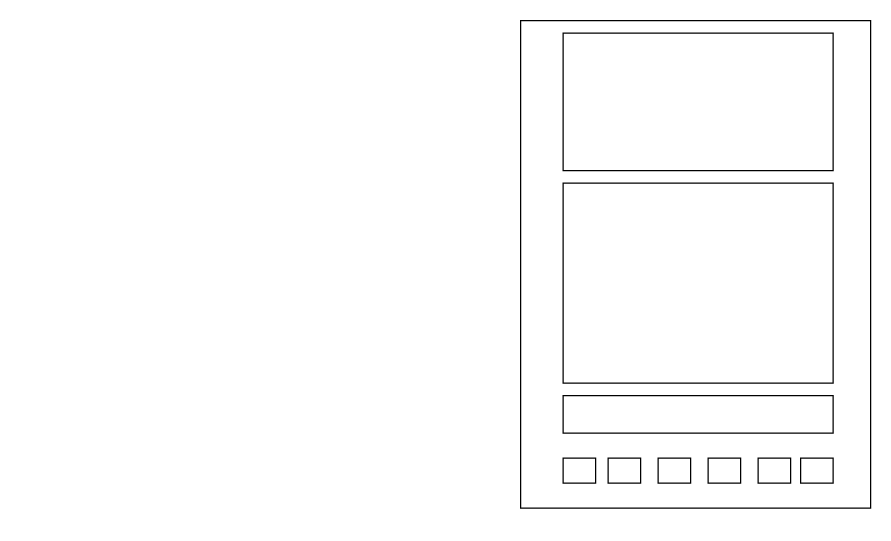
The draw.io diagram 少年风水师.drawio in Xs-Galaxy/Xs-Galaxy, before the edit. Source tidied: cells renumbered, new cells numbered last; positions are measured from the earlier drawing's top-left corner, leaving out a move shared by most shapes. Both pictures are drawn from the tidied source at 125%, with x=0, y=0 at pixel (520, 20).
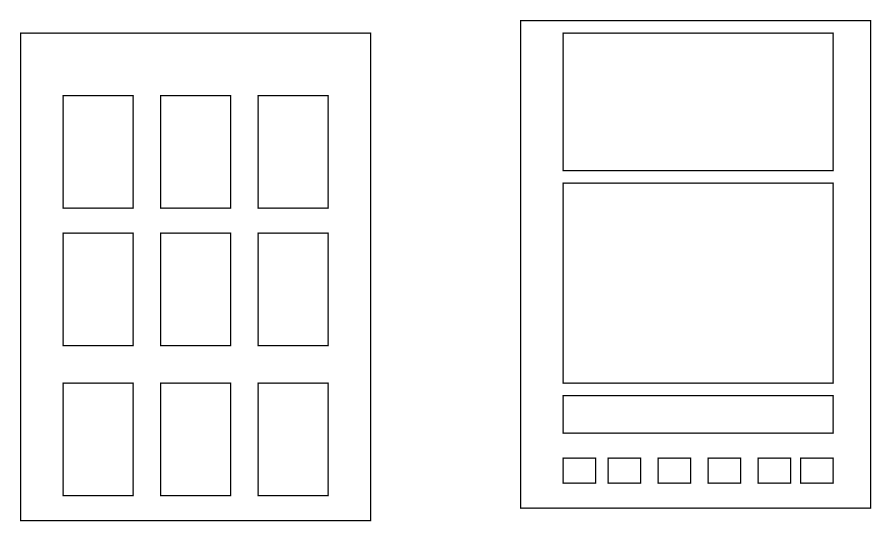
After the change.

Commit message (it also covers changes not shown here):
更新少年风水师.drawio

Change to the diagram source:
```diff
@@
+    <mxCell id="12" style="rounded=0;whiteSpace=wrap;html=1;" parent="1" vertex="1">
+      <mxGeometry x="-400" y="10" width="280" height="390" as="geometry" />
+    </mxCell>
+    <mxCell id="13" style="rounded=0;whiteSpace=wrap;html=1;" parent="1" vertex="1">
+      <mxGeometry x="-366" y="60" width="56" height="90" as="geometry" />
+    </mxCell>
+    <mxCell id="14" style="rounded=0;whiteSpace=wrap;html=1;" parent="1" vertex="1">
+      <mxGeometry x="-288" y="60" width="56" height="90" as="geometry" />
+    </mxCell>
+    <mxCell id="15" style="rounded=0;whiteSpace=wrap;html=1;" parent="1" vertex="1">
+      <mxGeometry x="-210" y="60" width="56" height="90" as="geometry" />
+    </mxCell>
+    <mxCell id="16" style="rounded=0;whiteSpace=wrap;html=1;" parent="1" vertex="1">
+      <mxGeometry x="-366" y="170" width="56" height="90" as="geometry" />
+    </mxCell>
+    <mxCell id="17" style="rounded=0;whiteSpace=wrap;html=1;" parent="1" vertex="1">
+      <mxGeometry x="-288" y="170" width="56" height="90" as="geometry" />
+    </mxCell>
+    <mxCell id="18" style="rounded=0;whiteSpace=wrap;html=1;" parent="1" vertex="1">
+      <mxGeometry x="-210" y="170" width="56" height="90" as="geometry" />
+    </mxCell>
+    <mxCell id="19" style="rounded=0;whiteSpace=wrap;html=1;" parent="1" vertex="1">
+      <mxGeometry x="-366" y="290" width="56" height="90" as="geometry" />
+    </mxCell>
+    <mxCell id="20" style="rounded=0;whiteSpace=wrap;html=1;" parent="1" vertex="1">
+      <mxGeometry x="-288" y="290" width="56" height="90" as="geometry" />
+    </mxCell>
+    <mxCell id="21" style="rounded=0;whiteSpace=wrap;html=1;" parent="1" vertex="1">
+      <mxGeometry x="-210" y="290" width="56" height="90" as="geometry" />
+    </mxCell>
```
